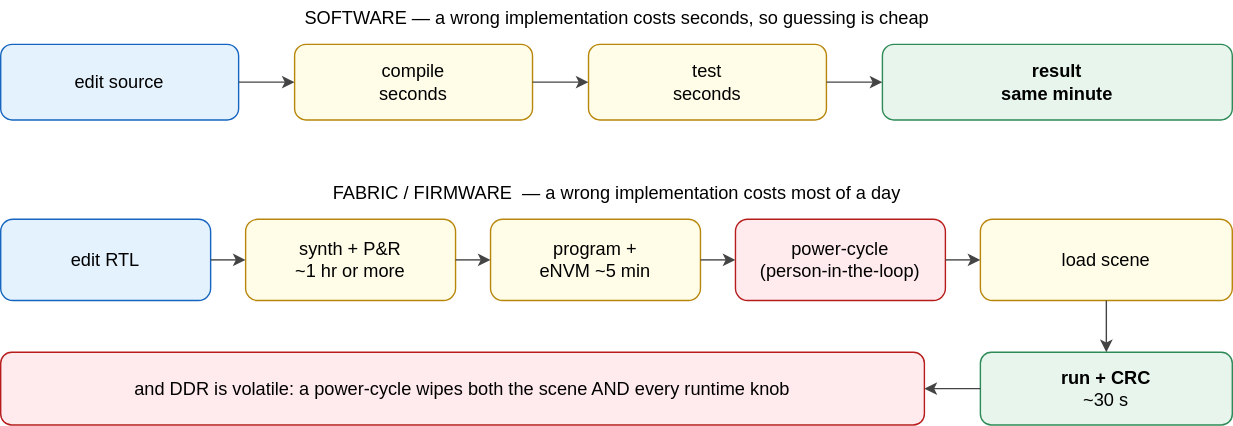
Earlier version of the draw.io export docs/slides/diagrams/fig-loop.drawio.svg (futureproofbear/mpfs250t-sar-ifp). Source tidied: cells renumbered, new cells last; positions are measured from the earlier drawing's top-left corner, leaving out a move shared by most shapes.
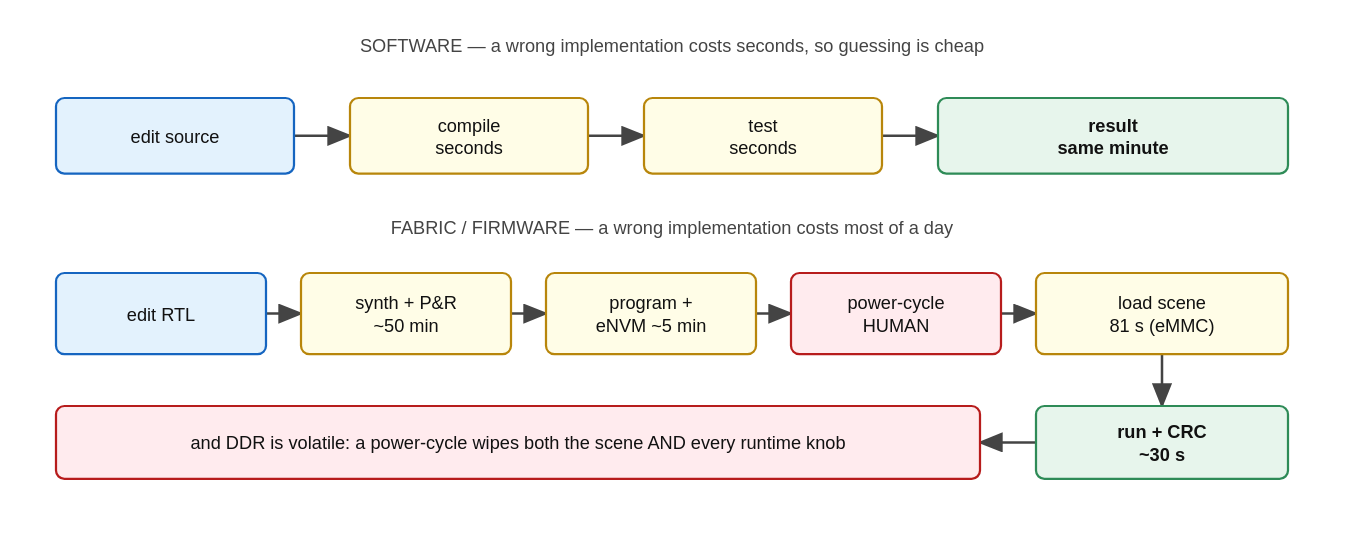
Later version of the same file.

The edit, as a diff of the source:
```diff
@@ -15,27 +15,27 @@
       <mxGeometry x="630" y="31" width="250" height="54" as="geometry" />
     </mxCell>
     <mxCell id="6" value="SOFTWARE  —  a wrong implementation costs seconds, so guessing is cheap" style="text;html=1;strokeColor=none;fillColor=none;align=center;verticalAlign=middle;fontSize=13;fontFamily=Helvetica;" parent="1" vertex="1">
-      <mxGeometry width="880" height="24" as="geometry" />
+      <mxGeometry y="-19" width="880" height="24" as="geometry" />
     </mxCell>
-    <mxCell id="7" value="FABRIC / FIRMWARE&amp;nbsp; —  a wrong implementation costs most of a day" style="text;html=1;strokeColor=none;fillColor=none;align=center;verticalAlign=middle;fontSize=13;fontFamily=Helvetica;" parent="1" vertex="1">
-      <mxGeometry y="125" width="880" height="24" as="geometry" />
+    <mxCell id="7" value="FABRIC / FIRMWARE  —  a wrong implementation costs most of a day" style="text;html=1;strokeColor=none;fillColor=none;align=center;verticalAlign=middle;fontSize=13;fontFamily=Helvetica;" parent="1" vertex="1">
+      <mxGeometry y="111" width="880" height="24" as="geometry" />
     </mxCell>
     <mxCell id="8" value="edit RTL" style="rounded=1;whiteSpace=wrap;html=1;fillColor=#E3F2FD;strokeColor=#1565C0;fontSize=13;fontFamily=Helvetica;align=center;verticalAlign=middle;" parent="1" vertex="1">
       <mxGeometry y="156" width="150" height="58" as="geometry" />
     </mxCell>
-    <mxCell id="9" value="synth + P&amp;amp;R&lt;br&gt;~1 hr or more" style="rounded=1;whiteSpace=wrap;html=1;fillColor=#FFFDE7;strokeColor=#B8860B;fontSize=13;fontFamily=Helvetica;align=center;verticalAlign=middle;" parent="1" vertex="1">
+    <mxCell id="9" value="synth + P&amp;R&#10;~50 min" style="rounded=1;whiteSpace=wrap;html=1;fillColor=#FFFDE7;strokeColor=#B8860B;fontSize=13;fontFamily=Helvetica;align=center;verticalAlign=middle;" parent="1" vertex="1">
       <mxGeometry x="175" y="156" width="150" height="58" as="geometry" />
     </mxCell>
     <mxCell id="10" value="program +&#10;eNVM  ~5 min" style="rounded=1;whiteSpace=wrap;html=1;fillColor=#FFFDE7;strokeColor=#B8860B;fontSize=13;fontFamily=Helvetica;align=center;verticalAlign=middle;" parent="1" vertex="1">
       <mxGeometry x="350" y="156" width="150" height="58" as="geometry" />
     </mxCell>
-    <mxCell id="11" value="power-cycle&lt;br&gt;(person-in-the-loop)" style="rounded=1;whiteSpace=wrap;html=1;fillColor=#FFEBEE;strokeColor=#B71C1C;fontSize=13;fontFamily=Helvetica;align=center;verticalAlign=middle;" parent="1" vertex="1">
+    <mxCell id="11" value="power-cycle&#10;HUMAN" style="rounded=1;whiteSpace=wrap;html=1;fillColor=#FFEBEE;strokeColor=#B71C1C;fontSize=13;fontFamily=Helvetica;align=center;verticalAlign=middle;" parent="1" vertex="1">
       <mxGeometry x="525" y="156" width="150" height="58" as="geometry" />
     </mxCell>
-    <mxCell id="12" value="load scene" style="rounded=1;whiteSpace=wrap;html=1;fillColor=#FFFDE7;strokeColor=#B8860B;fontSize=13;fontFamily=Helvetica;align=center;verticalAlign=middle;" parent="1" vertex="1">
+    <mxCell id="12" value="load scene&#10;81 s (eMMC)" style="rounded=1;whiteSpace=wrap;html=1;fillColor=#FFFDE7;strokeColor=#B8860B;fontSize=13;fontFamily=Helvetica;align=center;verticalAlign=middle;" parent="1" vertex="1">
       <mxGeometry x="700" y="156" width="180" height="58" as="geometry" />
     </mxCell>
-    <mxCell id="13" value="run + CRC&lt;br&gt;&lt;span style=&quot;font-weight: normal;&quot;&gt;~30 s&lt;/span&gt;" style="rounded=1;whiteSpace=wrap;html=1;fillColor=#E7F5EC;strokeColor=#2E8B57;fontSize=13;fontFamily=Helvetica;align=center;verticalAlign=middle;fontStyle=1;" parent="1" vertex="1">
+    <mxCell id="13" value="run + CRC&#10;~30 s" style="rounded=1;whiteSpace=wrap;html=1;fillColor=#E7F5EC;strokeColor=#2E8B57;fontSize=13;fontFamily=Helvetica;align=center;verticalAlign=middle;fontStyle=1;" parent="1" vertex="1">
       <mxGeometry x="700" y="251" width="180" height="52" as="geometry" />
     </mxCell>
     <mxCell id="14" value="and DDR is volatile: a power-cycle wipes both the scene AND every runtime knob" style="rounded=1;whiteSpace=wrap;html=1;fillColor=#FFEBEE;strokeColor=#B71C1C;fontSize=13;fontFamily=Helvetica;align=center;verticalAlign=middle;" parent="1" vertex="1">
```
